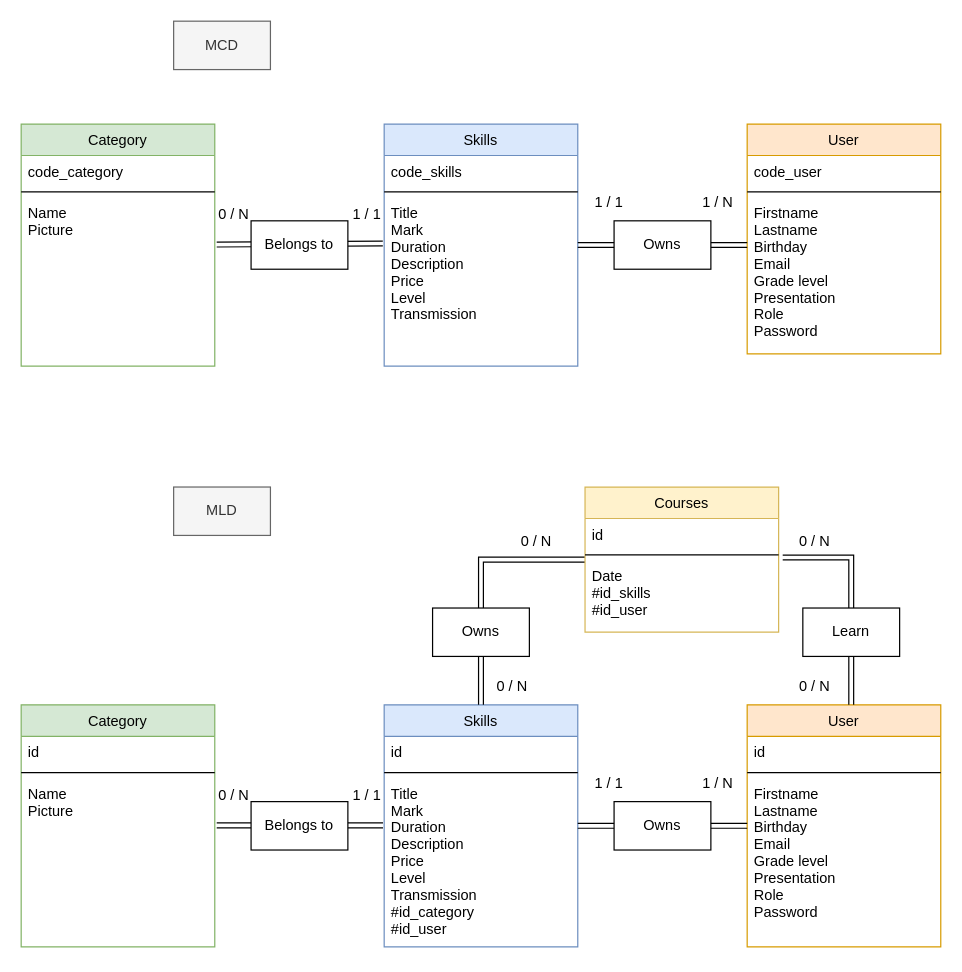
This is SkillSwap MCD.drawio from MichaelKrakowiak/Draw.io, a draw.io file, before an edit. Source tidied: cells renumbered, new cells numbered last; positions are measured from the earlier drawing's top-left corner, leaving out a move shared by most shapes. Both pictures are drawn from the tidied source at 121%, with x=0, y=0 at pixel (21, 21).
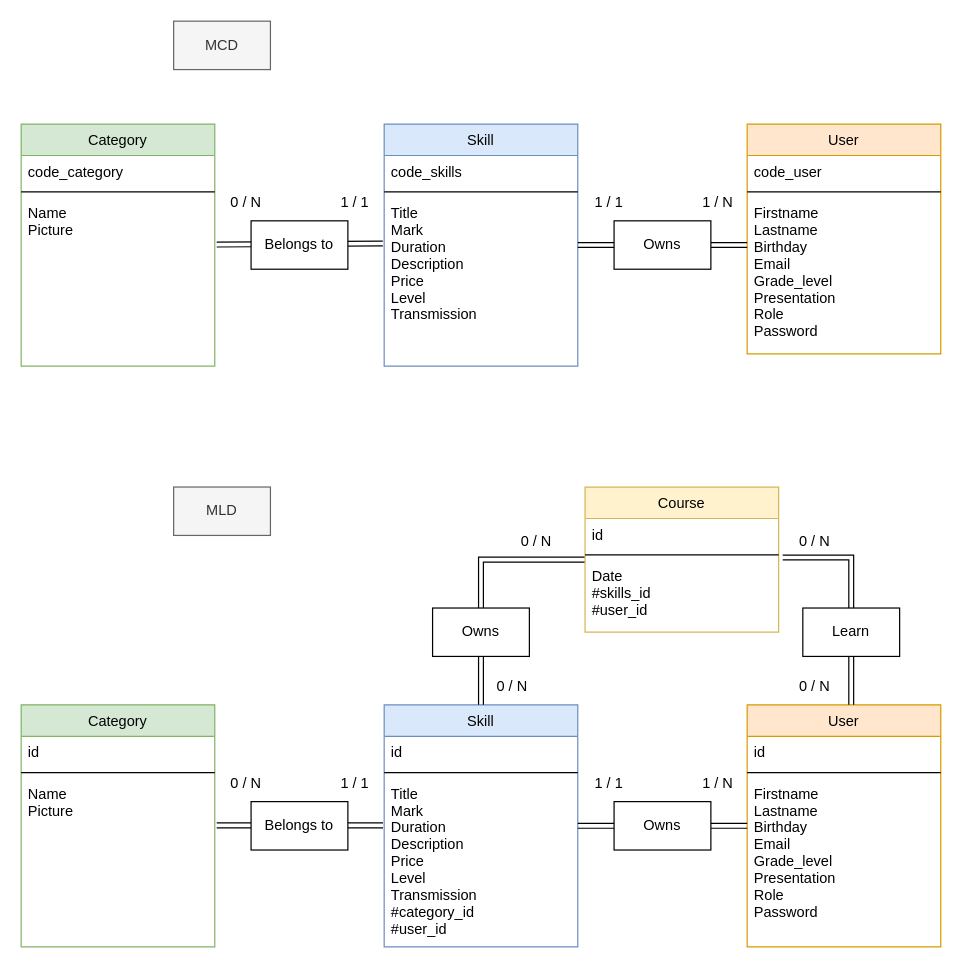
The same page after the edit.

Commit message:
Mettre à jour SkillSwap MCD.drawio

Unchanged cells that the change refers to:
```xml
<mxCell id="6" value="User" style="swimlane;fontStyle=0;align=center;verticalAlign=top;horizontal=1;startSize=26;rounded=0;shadow=0;strokeWidth=1;fillColor=#ffe6cc;strokeColor=#d79b00;" parent="1" vertex="1">
  <mxGeometry x="600" y="85" width="160" height="190" as="geometry" />
</mxCell>
<mxCell id="26" value="User" style="swimlane;fontStyle=0;align=center;verticalAlign=top;horizontal=1;startSize=26;rounded=0;shadow=0;strokeWidth=1;fillColor=#ffe6cc;strokeColor=#d79b00;" parent="1" vertex="1">
  <mxGeometry x="600" y="565" width="160" height="200" as="geometry" />
</mxCell>
```

Diff of the diagram source:
```diff
@@
-    <mxCell id="2" value="Skills" style="swimlane;fontStyle=0;align=center;verticalAlign=top;horizontal=1;startSize=26;rounded=0;shadow=0;strokeWidth=1;fillColor=#dae8fc;strokeColor=#6c8ebf;" parent="1" vertex="1">
+    <mxCell id="2" value="Skill" style="swimlane;fontStyle=0;align=center;verticalAlign=top;horizontal=1;startSize=26;rounded=0;shadow=0;strokeWidth=1;fillColor=#dae8fc;strokeColor=#6c8ebf;" parent="1" vertex="1">
       <mxGeometry x="300" y="85" width="160" height="200" as="geometry" />
     </mxCell>
@@
-    <mxCell id="9" value="Firstname&#10;Lastname&#10;Birthday&#10;Email&#10;Grade level&#10;Presentation&#10;Role&#10;Password" style="text;align=left;verticalAlign=top;spacingLeft=4;spacingRight=4;overflow=hidden;" parent="6" vertex="1">
+    <mxCell id="9" value="Firstname&#10;Lastname&#10;Birthday&#10;Email&#10;Grade_level&#10;Presentation&#10;Role&#10;Password" style="text;align=left;verticalAlign=top;spacingLeft=4;spacingRight=4;overflow=hidden;" parent="6" vertex="1">
       <mxGeometry y="60" width="160" height="120" as="geometry" />
     </mxCell>
@@
     <mxCell id="18" value="0 / N" style="text;strokeColor=none;align=center;fillColor=none;html=1;verticalAlign=middle;whiteSpace=wrap;rounded=0;" parent="1" vertex="1">
-      <mxGeometry x="146" y="145" width="60" height="30" as="geometry" />
+      <mxGeometry x="156" y="135" width="60" height="30" as="geometry" />
     </mxCell>
     <mxCell id="19" value="1 / 1" style="text;strokeColor=none;align=center;fillColor=none;html=1;verticalAlign=middle;whiteSpace=wrap;rounded=0;" parent="1" vertex="1">
-      <mxGeometry x="256" y="145" width="60" height="30" as="geometry" />
+      <mxGeometry x="246" y="135" width="60" height="30" as="geometry" />
     </mxCell>
@@
-    <mxCell id="22" value="Skills" style="swimlane;fontStyle=0;align=center;verticalAlign=top;horizontal=1;startSize=26;rounded=0;shadow=0;strokeWidth=1;fillColor=#dae8fc;strokeColor=#6c8ebf;" parent="1" vertex="1">
+    <mxCell id="22" value="Skill" style="swimlane;fontStyle=0;align=center;verticalAlign=top;horizontal=1;startSize=26;rounded=0;shadow=0;strokeWidth=1;fillColor=#dae8fc;strokeColor=#6c8ebf;" parent="1" vertex="1">
       <mxGeometry x="300" y="565" width="160" height="200" as="geometry" />
     </mxCell>
@@
-    <mxCell id="25" value="Title&#10;Mark&#10;Duration&#10;Description&#10;Price&#10;Level&#10;Transmission&#10;#id_category&#10;#id_user" style="text;align=left;verticalAlign=top;spacingLeft=4;spacingRight=4;overflow=hidden;points=[[0,0.5],[1,0.5]];portConstraint=eastwest;" parent="22" vertex="1">
+    <mxCell id="25" value="Title&#10;Mark&#10;Duration&#10;Description&#10;Price&#10;Level&#10;Transmission&#10;#category_id&#10;#user_id" style="text;align=left;verticalAlign=top;spacingLeft=4;spacingRight=4;overflow=hidden;points=[[0,0.5],[1,0.5]];portConstraint=eastwest;" parent="22" vertex="1">
       <mxGeometry y="60" width="160" height="140" as="geometry" />
     </mxCell>
@@
-    <mxCell id="29" value="Firstname&#10;Lastname&#10;Birthday&#10;Email&#10;Grade level&#10;Presentation&#10;Role&#10;Password" style="text;align=left;verticalAlign=top;spacingLeft=4;spacingRight=4;overflow=hidden;" parent="26" vertex="1">
+    <mxCell id="29" value="Firstname&#10;Lastname&#10;Birthday&#10;Email&#10;Grade_level&#10;Presentation&#10;Role&#10;Password" style="text;align=left;verticalAlign=top;spacingLeft=4;spacingRight=4;overflow=hidden;" parent="26" vertex="1">
       <mxGeometry y="60" width="160" height="120" as="geometry" />
     </mxCell>
@@
-    <mxCell id="39" value="Courses" style="swimlane;fontStyle=0;align=center;verticalAlign=top;horizontal=1;startSize=26;rounded=0;shadow=0;strokeWidth=1;fillColor=#fff2cc;strokeColor=#d6b656;" parent="1" vertex="1">
+    <mxCell id="39" value="Course" style="swimlane;fontStyle=0;align=center;verticalAlign=top;horizontal=1;startSize=26;rounded=0;shadow=0;strokeWidth=1;fillColor=#fff2cc;strokeColor=#d6b656;" parent="1" vertex="1">
       <mxGeometry x="466" y="385" width="160" height="120" as="geometry" />
     </mxCell>
@@
-    <mxCell id="42" value="Date&#10;#id_skills&#10;#id_user" style="text;align=left;verticalAlign=top;spacingLeft=4;spacingRight=4;overflow=hidden;points=[[0,0.5],[1,0.5]];portConstraint=eastwest;" parent="39" vertex="1">
+    <mxCell id="42" value="Date&#10;#skills_id&#10;#user_id" style="text;align=left;verticalAlign=top;spacingLeft=4;spacingRight=4;overflow=hidden;points=[[0,0.5],[1,0.5]];portConstraint=eastwest;" parent="39" vertex="1">
       <mxGeometry y="60" width="160" height="60" as="geometry" />
     </mxCell>
@@
     <mxCell id="46" value="0 / N" style="text;strokeColor=none;align=center;fillColor=none;html=1;verticalAlign=middle;whiteSpace=wrap;rounded=0;" parent="1" vertex="1">
-      <mxGeometry x="146" y="625" width="60" height="30" as="geometry" />
+      <mxGeometry x="156" y="615" width="60" height="30" as="geometry" />
     </mxCell>
     <mxCell id="47" value="1 / 1" style="text;strokeColor=none;align=center;fillColor=none;html=1;verticalAlign=middle;whiteSpace=wrap;rounded=0;" parent="1" vertex="1">
-      <mxGeometry x="256" y="625" width="60" height="30" as="geometry" />
+      <mxGeometry x="246" y="615" width="60" height="30" as="geometry" />
     </mxCell>
```
